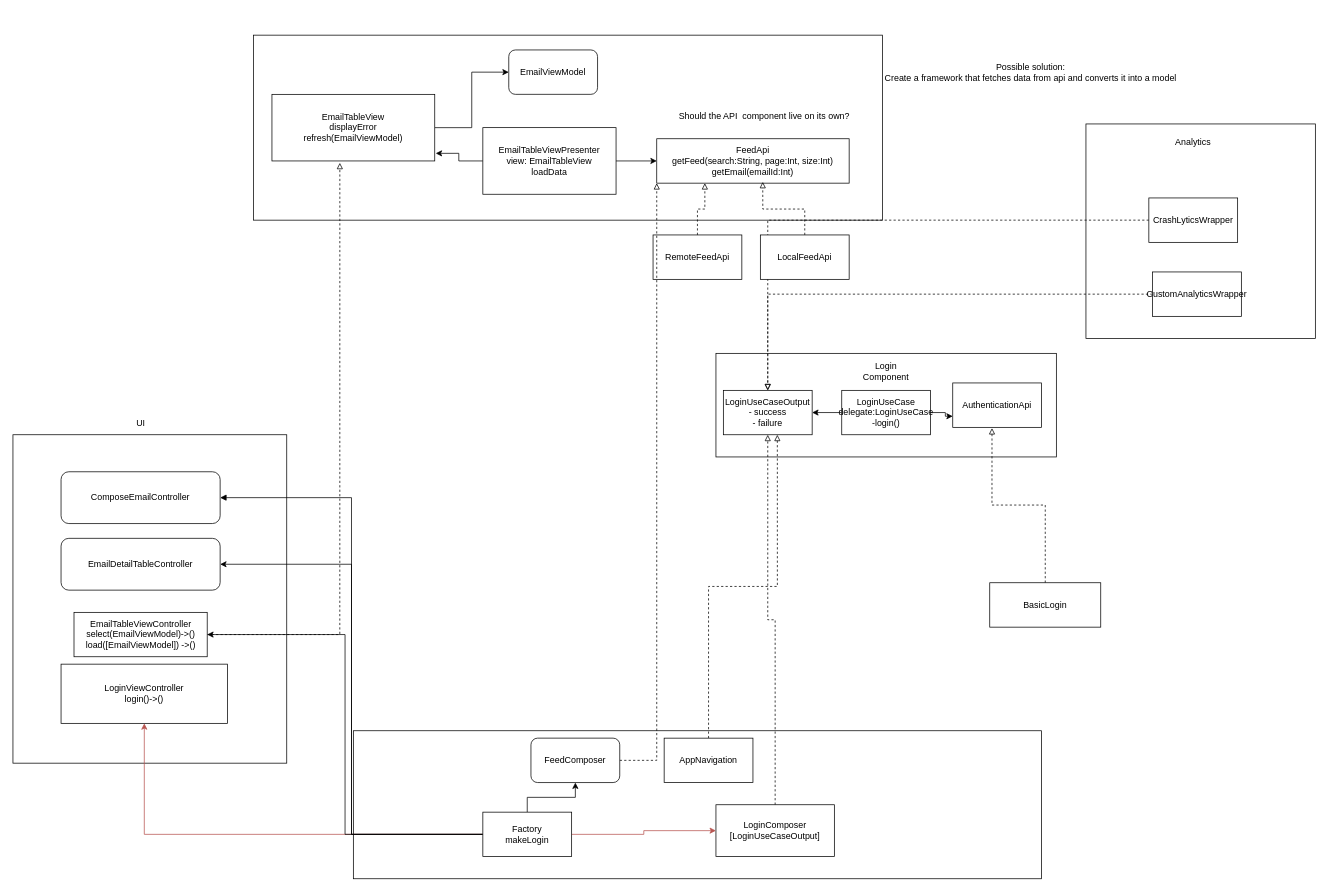
eak65/EmailClientArch keeps this draw.io diagram as gmail.drawio. Above is the earlier version. Source tidied: cells renumbered, new cells numbered last; positions are measured from the earlier drawing's top-left corner, leaving out a move shared by most shapes. Both pictures are drawn from the tidied source at 74%, with x=0, y=0 at pixel (13, 35).
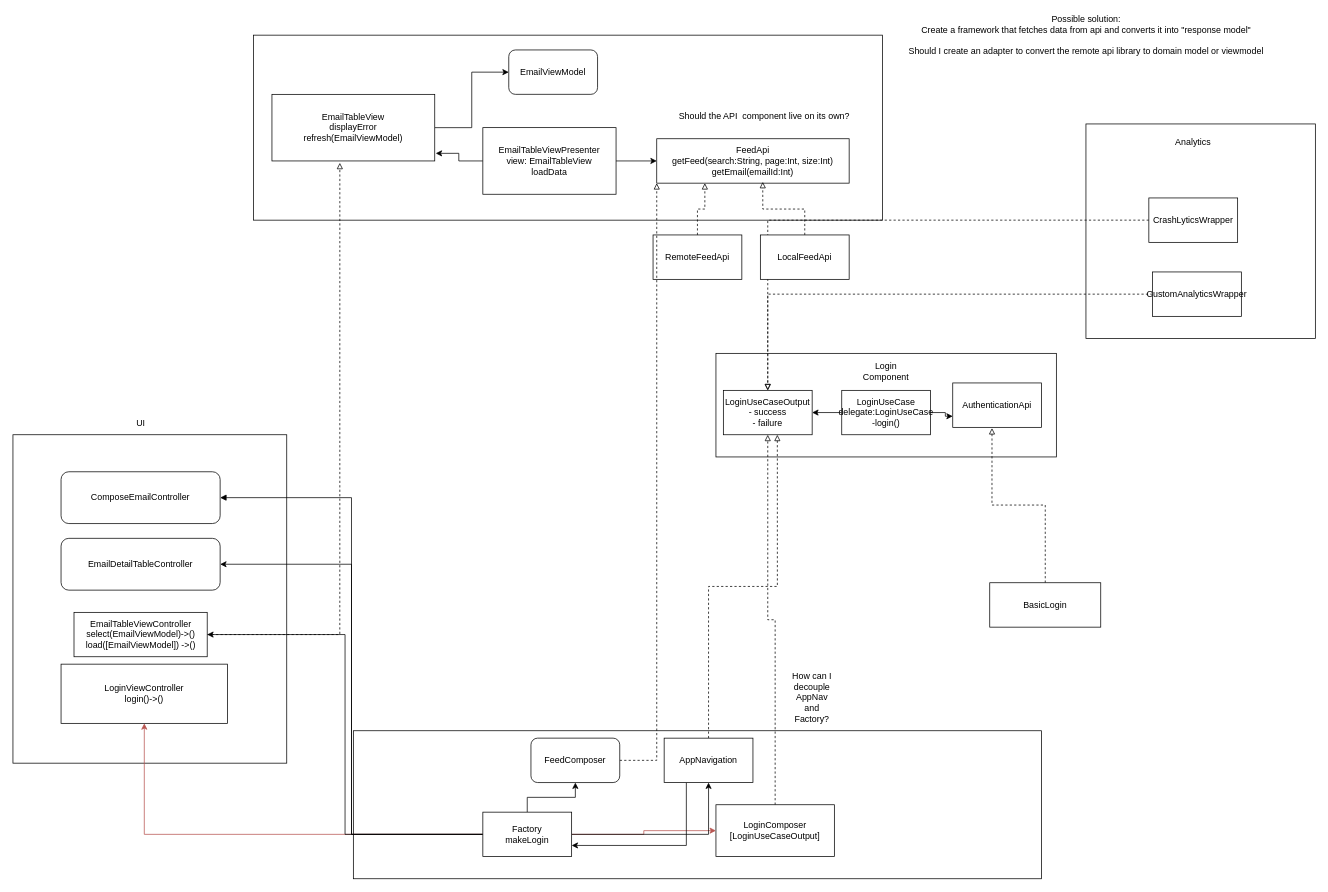
After the change.

Unchanged cells that the change refers to:
```xml
<mxCell id="22" value="Factory&lt;br&gt;makeLogin" style="rounded=0;whiteSpace=wrap;html=1;" parent="1" vertex="1">
  <mxGeometry x="635" y="1050" width="120" height="60" as="geometry" />
</mxCell>
<mxCell id="24" value="AppNavigation" style="rounded=0;whiteSpace=wrap;html=1;" parent="1" vertex="1">
  <mxGeometry x="880" y="950" width="120" height="60" as="geometry" />
</mxCell>
```

Change to the diagram source:
```diff
@@
+    <mxCell id="52" style="edgeStyle=orthogonalEdgeStyle;rounded=0;jettySize=auto;html=1;" parent="1" edge="1" source="22" target="24">
+      <mxGeometry relative="1" as="geometry" />
+    </mxCell>
@@
+    <mxCell id="53" style="edgeStyle=orthogonalEdgeStyle;rounded=0;jettySize=auto;html=1;exitX=0.25;exitY=1;exitDx=0;exitDy=0;entryX=1;entryY=0.75;entryDx=0;entryDy=0;" parent="1" edge="1" source="24" target="22">
+      <mxGeometry relative="1" as="geometry" />
+    </mxCell>
@@
-    <mxCell id="51" value="Possible solution:&lt;br&gt;Create a framework that fetches data from api and converts it into a model" style="text;html=1;align=center;verticalAlign=middle;strokeColor=none;fillColor=none;" parent="1" vertex="1">
-      <mxGeometry x="1170" y="35" width="410" height="30" as="geometry" />
+    <mxCell id="51" value="Possible solution:&lt;br&gt;Create a framework that fetches data from api and converts it into &quot;response model&quot;&lt;br&gt;&lt;br&gt;Should I create an adapter to convert the remote api library to domain model or viewmodel" style="text;html=1;align=center;verticalAlign=middle;strokeColor=none;fillColor=none;" parent="1" vertex="1">
+      <mxGeometry x="1200" y="-30" width="500" height="60" as="geometry" />
     </mxCell>
+    <mxCell id="54" value="How can I decouple AppNav and Factory?" style="text;html=1;strokeColor=none;fillColor=none;align=center;verticalAlign=middle;whiteSpace=wrap;rounded=0;" parent="1" vertex="1">
+      <mxGeometry x="1050" y="880" width="60" height="30" as="geometry" />
+    </mxCell>
```
